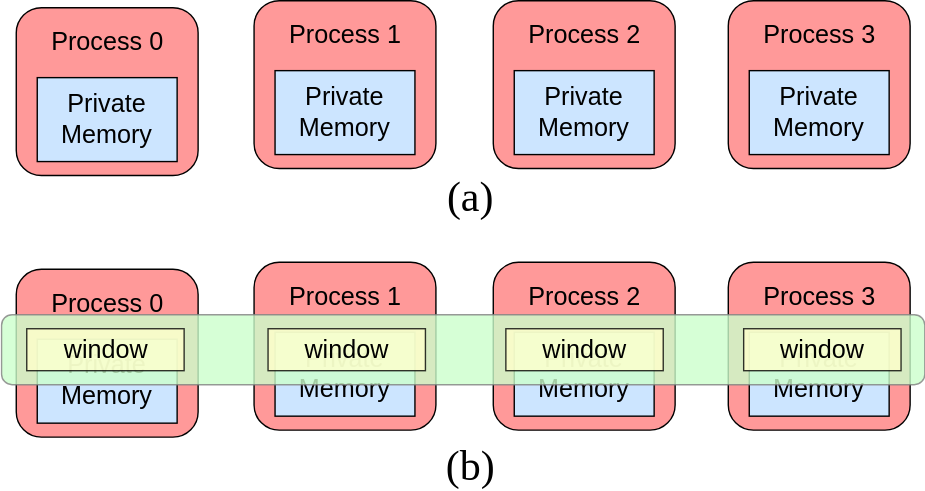
Before: img/ch-mpi/rma-window.svg, a diagram exported from draw.io (godaai/scale-py-zh). Source tidied: cells renumbered, new cells last; positions are measured from the earlier drawing's top-left corner, leaving out a move shared by most shapes.
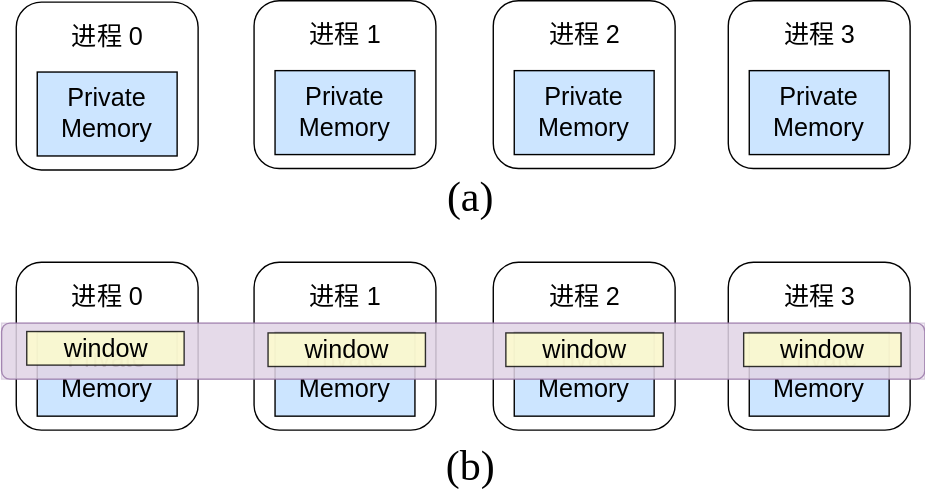
The same file after the commit.

What changed in the source:
```diff
@@ -6,120 +6,120 @@
       <mxGeometry x="10" y="187" width="649.5" height="125" as="geometry" />
     </mxCell>
     <mxCell id="3" style="group;fillColor=default;" parent="2" vertex="1">
-      <mxGeometry y="5" width="130" height="120" as="geometry" />
+      <mxGeometry width="130" height="120" as="geometry" />
     </mxCell>
-    <mxCell id="4" style="rounded=1;whiteSpace=wrap;html=1;fillColor=#FF9999;" parent="3" vertex="1">
+    <mxCell id="4" style="rounded=1;whiteSpace=wrap;html=1;" parent="3" vertex="1">
       <mxGeometry width="130" height="120" as="geometry" />
     </mxCell>
     <mxCell id="5" value="&lt;font style=&quot;font-size: 18px;&quot;&gt;Private&lt;/font&gt;&lt;div style=&quot;font-size: 18px;&quot;&gt;&lt;font style=&quot;font-size: 18px;&quot;&gt;Memory&lt;/font&gt;&lt;/div&gt;" style="rounded=0;whiteSpace=wrap;html=1;fillColor=#CCE5FF;" parent="3" vertex="1">
       <mxGeometry x="15" y="50" width="100" height="60" as="geometry" />
     </mxCell>
-    <mxCell id="6" value="&lt;font style=&quot;font-size: 18px;&quot;&gt;Process 0&lt;/font&gt;" style="text;html=1;align=center;verticalAlign=middle;whiteSpace=wrap;rounded=0;" parent="3" vertex="1">
+    <mxCell id="6" value="&lt;font style=&quot;font-size: 18px;&quot;&gt;进程 0&lt;/font&gt;" style="text;html=1;align=center;verticalAlign=middle;whiteSpace=wrap;rounded=0;" parent="3" vertex="1">
       <mxGeometry x="17.5" y="10" width="95" height="30" as="geometry" />
     </mxCell>
     <mxCell id="7" style="group;fillColor=default;" parent="2" vertex="1">
       <mxGeometry x="170" width="130" height="120" as="geometry" />
     </mxCell>
-    <mxCell id="8" style="rounded=1;whiteSpace=wrap;html=1;fillColor=#FF9999;" parent="7" vertex="1">
+    <mxCell id="8" style="rounded=1;whiteSpace=wrap;html=1;" parent="7" vertex="1">
       <mxGeometry width="130" height="120" as="geometry" />
     </mxCell>
     <mxCell id="9" value="&lt;font style=&quot;font-size: 18px;&quot;&gt;Private&lt;/font&gt;&lt;div style=&quot;font-size: 18px;&quot;&gt;&lt;font style=&quot;font-size: 18px;&quot;&gt;Memory&lt;/font&gt;&lt;/div&gt;" style="rounded=0;whiteSpace=wrap;html=1;fillColor=#CCE5FF;" parent="7" vertex="1">
       <mxGeometry x="15" y="50" width="100" height="60" as="geometry" />
     </mxCell>
-    <mxCell id="10" value="&lt;font style=&quot;font-size: 18px;&quot;&gt;Process 1&lt;/font&gt;" style="text;html=1;align=center;verticalAlign=middle;whiteSpace=wrap;rounded=0;" parent="7" vertex="1">
+    <mxCell id="10" value="&lt;font style=&quot;font-size: 18px;&quot;&gt;进程 1&lt;/font&gt;" style="text;html=1;align=center;verticalAlign=middle;whiteSpace=wrap;rounded=0;" parent="7" vertex="1">
       <mxGeometry x="17.5" y="10" width="95" height="30" as="geometry" />
     </mxCell>
-    <mxCell id="11" style="group;fillColor=default;" parent="2" vertex="1">
+    <mxCell id="11" style="group;" parent="2" vertex="1">
       <mxGeometry x="341" width="130" height="120" as="geometry" />
     </mxCell>
-    <mxCell id="12" style="rounded=1;whiteSpace=wrap;html=1;fillColor=#FF9999;" parent="11" vertex="1">
+    <mxCell id="12" style="rounded=1;whiteSpace=wrap;html=1;" parent="11" vertex="1">
       <mxGeometry width="130" height="120" as="geometry" />
     </mxCell>
     <mxCell id="13" value="&lt;font style=&quot;font-size: 18px;&quot;&gt;Private&lt;/font&gt;&lt;div style=&quot;font-size: 18px;&quot;&gt;&lt;font style=&quot;font-size: 18px;&quot;&gt;Memory&lt;/font&gt;&lt;/div&gt;" style="rounded=0;whiteSpace=wrap;html=1;fillColor=#CCE5FF;" parent="11" vertex="1">
       <mxGeometry x="15" y="50" width="100" height="60" as="geometry" />
     </mxCell>
-    <mxCell id="14" value="&lt;font style=&quot;font-size: 18px;&quot;&gt;Process 2&lt;/font&gt;" style="text;html=1;align=center;verticalAlign=middle;whiteSpace=wrap;rounded=0;" parent="11" vertex="1">
+    <mxCell id="14" value="&lt;font style=&quot;font-size: 18px;&quot;&gt;进程 2&lt;/font&gt;" style="text;html=1;align=center;verticalAlign=middle;whiteSpace=wrap;rounded=0;" parent="11" vertex="1">
       <mxGeometry x="17.5" y="10" width="95" height="30" as="geometry" />
     </mxCell>
-    <mxCell id="15" style="group;fillColor=default;" parent="2" vertex="1">
+    <mxCell id="15" style="group;" parent="2" vertex="1">
       <mxGeometry x="509" width="130" height="120" as="geometry" />
     </mxCell>
-    <mxCell id="16" style="rounded=1;whiteSpace=wrap;html=1;fillColor=#FF9999;" parent="15" vertex="1">
+    <mxCell id="16" style="rounded=1;whiteSpace=wrap;html=1;" parent="15" vertex="1">
       <mxGeometry width="130" height="120" as="geometry" />
     </mxCell>
     <mxCell id="17" value="&lt;font style=&quot;font-size: 18px;&quot;&gt;Private&lt;/font&gt;&lt;div style=&quot;font-size: 18px;&quot;&gt;&lt;font style=&quot;font-size: 18px;&quot;&gt;Memory&lt;/font&gt;&lt;/div&gt;" style="rounded=0;whiteSpace=wrap;html=1;fillColor=#CCE5FF;" parent="15" vertex="1">
       <mxGeometry x="15" y="50" width="100" height="60" as="geometry" />
     </mxCell>
-    <mxCell id="18" value="&lt;font style=&quot;font-size: 18px;&quot;&gt;Process 3&lt;/font&gt;" style="text;html=1;align=center;verticalAlign=middle;whiteSpace=wrap;rounded=0;" parent="15" vertex="1">
+    <mxCell id="18" value="&lt;font style=&quot;font-size: 18px;&quot;&gt;进程 3&lt;/font&gt;" style="text;html=1;align=center;verticalAlign=middle;whiteSpace=wrap;rounded=0;" parent="15" vertex="1">
       <mxGeometry x="17.5" y="10" width="95" height="30" as="geometry" />
     </mxCell>
-    <mxCell id="19" style="group;fillColor=none;opacity=30;" parent="2" vertex="1">
-      <mxGeometry x="-10.5" y="37.5" width="660" height="50" as="geometry" />
+    <mxCell id="19" style="group;fillColor=#e1d5e7;opacity=30;strokeColor=#9673A6;" parent="2" vertex="1">
+      <mxGeometry x="-10.5" y="43.5" width="660" height="40" as="geometry" />
     </mxCell>
-    <mxCell id="20" style="rounded=1;whiteSpace=wrap;html=1;fillColor=#CCFFCC;strokeColor=#808080;opacity=80;" parent="19" vertex="1">
-      <mxGeometry width="660" height="50" as="geometry" />
+    <mxCell id="20" style="rounded=1;whiteSpace=wrap;html=1;fillColor=#e1d5e7;strokeColor=#9673a6;opacity=80;" parent="19" vertex="1">
+      <mxGeometry width="660" height="40" as="geometry" />
     </mxCell>
     <mxCell id="21" value="&lt;font style=&quot;font-size: 18px;&quot;&gt;window&lt;/font&gt;" style="rounded=0;whiteSpace=wrap;html=1;fillColor=#FFFFCC;opacity=80;" parent="19" vertex="1">
-      <mxGeometry x="18" y="10" width="112.5" height="30" as="geometry" />
+      <mxGeometry x="18" y="6" width="112.5" height="24" as="geometry" />
     </mxCell>
     <mxCell id="22" value="&lt;font style=&quot;font-size: 18px;&quot;&gt;window&lt;/font&gt;" style="rounded=0;whiteSpace=wrap;html=1;fillColor=#FFFFCC;opacity=80;" parent="19" vertex="1">
-      <mxGeometry x="530.5" y="10" width="112.5" height="30" as="geometry" />
+      <mxGeometry x="530.5" y="7" width="112.5" height="24" as="geometry" />
     </mxCell>
     <mxCell id="23" value="&lt;font style=&quot;font-size: 18px;&quot;&gt;window&lt;/font&gt;" style="rounded=0;whiteSpace=wrap;html=1;fillColor=#FFFFCC;opacity=80;" parent="19" vertex="1">
-      <mxGeometry x="190.5" y="10" width="112.5" height="30" as="geometry" />
+      <mxGeometry x="190.5" y="7" width="112.5" height="24" as="geometry" />
     </mxCell>
     <mxCell id="24" value="&lt;font style=&quot;font-size: 18px;&quot;&gt;window&lt;/font&gt;" style="rounded=0;whiteSpace=wrap;html=1;fillColor=#FFFFCC;opacity=80;" parent="19" vertex="1">
-      <mxGeometry x="360.5" y="10" width="112.5" height="30" as="geometry" />
+      <mxGeometry x="360.5" y="7" width="112.5" height="24" as="geometry" />
     </mxCell>
     <mxCell id="25" style="group;" parent="1" vertex="1">
       <mxGeometry x="10" width="639" height="125" as="geometry" />
     </mxCell>
-    <mxCell id="26" style="group;fillColor=default;" parent="25" vertex="1">
-      <mxGeometry y="5" width="130" height="120" as="geometry" />
+    <mxCell id="26" style="group;" parent="25" vertex="1">
+      <mxGeometry y="9" width="130" height="120" as="geometry" />
     </mxCell>
-    <mxCell id="27" style="rounded=1;whiteSpace=wrap;html=1;fillColor=#FF9999;" parent="26" vertex="1">
-      <mxGeometry width="130" height="120" as="geometry" />
+    <mxCell id="27" style="rounded=1;whiteSpace=wrap;html=1;" parent="26" vertex="1">
+      <mxGeometry y="-8" width="130" height="120" as="geometry" />
     </mxCell>
     <mxCell id="28" value="&lt;font style=&quot;font-size: 18px;&quot;&gt;Private&lt;/font&gt;&lt;div style=&quot;font-size: 18px;&quot;&gt;&lt;font style=&quot;font-size: 18px;&quot;&gt;Memory&lt;/font&gt;&lt;/div&gt;" style="rounded=0;whiteSpace=wrap;html=1;fillColor=#CCE5FF;" parent="26" vertex="1">
-      <mxGeometry x="15" y="50" width="100" height="60" as="geometry" />
+      <mxGeometry x="15" y="42" width="100" height="60" as="geometry" />
     </mxCell>
-    <mxCell id="29" value="&lt;font style=&quot;font-size: 18px;&quot;&gt;Process 0&lt;/font&gt;" style="text;html=1;align=center;verticalAlign=middle;whiteSpace=wrap;rounded=0;" parent="26" vertex="1">
-      <mxGeometry x="17.5" y="10" width="95" height="30" as="geometry" />
+    <mxCell id="29" value="&lt;font style=&quot;font-size: 18px;&quot;&gt;进程 0&lt;/font&gt;" style="text;html=1;align=center;verticalAlign=middle;whiteSpace=wrap;rounded=0;" parent="26" vertex="1">
+      <mxGeometry x="17.5" y="2" width="95" height="30" as="geometry" />
     </mxCell>
     <mxCell id="30" style="group;fillColor=default;" parent="25" vertex="1">
       <mxGeometry x="170" width="130" height="120" as="geometry" />
     </mxCell>
-    <mxCell id="31" style="rounded=1;whiteSpace=wrap;html=1;fillColor=#FF9999;" parent="30" vertex="1">
+    <mxCell id="31" style="rounded=1;whiteSpace=wrap;html=1;" parent="30" vertex="1">
       <mxGeometry width="130" height="120" as="geometry" />
     </mxCell>
     <mxCell id="32" value="&lt;font style=&quot;font-size: 18px;&quot;&gt;Private&lt;/font&gt;&lt;div style=&quot;font-size: 18px;&quot;&gt;&lt;font style=&quot;font-size: 18px;&quot;&gt;Memory&lt;/font&gt;&lt;/div&gt;" style="rounded=0;whiteSpace=wrap;html=1;fillColor=#CCE5FF;" parent="30" vertex="1">
       <mxGeometry x="15" y="50" width="100" height="60" as="geometry" />
     </mxCell>
-    <mxCell id="33" value="&lt;font style=&quot;font-size: 18px;&quot;&gt;Process 1&lt;/font&gt;" style="text;html=1;align=center;verticalAlign=middle;whiteSpace=wrap;rounded=0;" parent="30" vertex="1">
+    <mxCell id="33" value="&lt;font style=&quot;font-size: 18px;&quot;&gt;进程 1&lt;/font&gt;" style="text;html=1;align=center;verticalAlign=middle;whiteSpace=wrap;rounded=0;" parent="30" vertex="1">
       <mxGeometry x="17.5" y="10" width="95" height="30" as="geometry" />
     </mxCell>
-    <mxCell id="34" style="group;fillColor=default;" parent="25" vertex="1">
+    <mxCell id="34" style="group;" parent="25" vertex="1">
       <mxGeometry x="341" width="130" height="120" as="geometry" />
     </mxCell>
-    <mxCell id="35" style="rounded=1;whiteSpace=wrap;html=1;fillColor=#FF9999;" parent="34" vertex="1">
+    <mxCell id="35" style="rounded=1;whiteSpace=wrap;html=1;" parent="34" vertex="1">
       <mxGeometry width="130" height="120" as="geometry" />
     </mxCell>
     <mxCell id="36" value="&lt;font style=&quot;font-size: 18px;&quot;&gt;Private&lt;/font&gt;&lt;div style=&quot;font-size: 18px;&quot;&gt;&lt;font style=&quot;font-size: 18px;&quot;&gt;Memory&lt;/font&gt;&lt;/div&gt;" style="rounded=0;whiteSpace=wrap;html=1;fillColor=#CCE5FF;" parent="34" vertex="1">
       <mxGeometry x="15" y="50" width="100" height="60" as="geometry" />
     </mxCell>
-    <mxCell id="37" value="&lt;font style=&quot;font-size: 18px;&quot;&gt;Process 2&lt;/font&gt;" style="text;html=1;align=center;verticalAlign=middle;whiteSpace=wrap;rounded=0;" parent="34" vertex="1">
+    <mxCell id="37" value="&lt;font style=&quot;font-size: 18px;&quot;&gt;进程 2&lt;/font&gt;" style="text;html=1;align=center;verticalAlign=middle;whiteSpace=wrap;rounded=0;" parent="34" vertex="1">
       <mxGeometry x="17.5" y="10" width="95" height="30" as="geometry" />
     </mxCell>
-    <mxCell id="38" style="group;fillColor=default;" parent="25" vertex="1">
+    <mxCell id="38" style="group;" parent="25" vertex="1">
       <mxGeometry x="509" width="130" height="120" as="geometry" />
     </mxCell>
-    <mxCell id="39" style="rounded=1;whiteSpace=wrap;html=1;fillColor=#FF9999;" parent="38" vertex="1">
+    <mxCell id="39" style="rounded=1;whiteSpace=wrap;html=1;" parent="38" vertex="1">
       <mxGeometry width="130" height="120" as="geometry" />
     </mxCell>
     <mxCell id="40" value="&lt;font style=&quot;font-size: 18px;&quot;&gt;Private&lt;/font&gt;&lt;div style=&quot;font-size: 18px;&quot;&gt;&lt;font style=&quot;font-size: 18px;&quot;&gt;Memory&lt;/font&gt;&lt;/div&gt;" style="rounded=0;whiteSpace=wrap;html=1;fillColor=#CCE5FF;" parent="38" vertex="1">
       <mxGeometry x="15" y="50" width="100" height="60" as="geometry" />
     </mxCell>
-    <mxCell id="41" value="&lt;font style=&quot;font-size: 18px;&quot;&gt;Process 3&lt;/font&gt;" style="text;html=1;align=center;verticalAlign=middle;whiteSpace=wrap;rounded=0;" parent="38" vertex="1">
+    <mxCell id="41" value="&lt;font style=&quot;font-size: 18px;&quot;&gt;进程 3&lt;/font&gt;" style="text;html=1;align=center;verticalAlign=middle;whiteSpace=wrap;rounded=0;" parent="38" vertex="1">
       <mxGeometry x="17.5" y="10" width="95" height="30" as="geometry" />
     </mxCell>
     <mxCell id="42" value="&lt;font face=&quot;Times New Roman&quot; style=&quot;font-size: 30px;&quot;&gt;(a)&lt;/font&gt;" style="text;html=1;strokeColor=none;fillColor=none;align=center;verticalAlign=middle;whiteSpace=wrap;rounded=0;fontSize=30;" parent="1" vertex="1">
```
